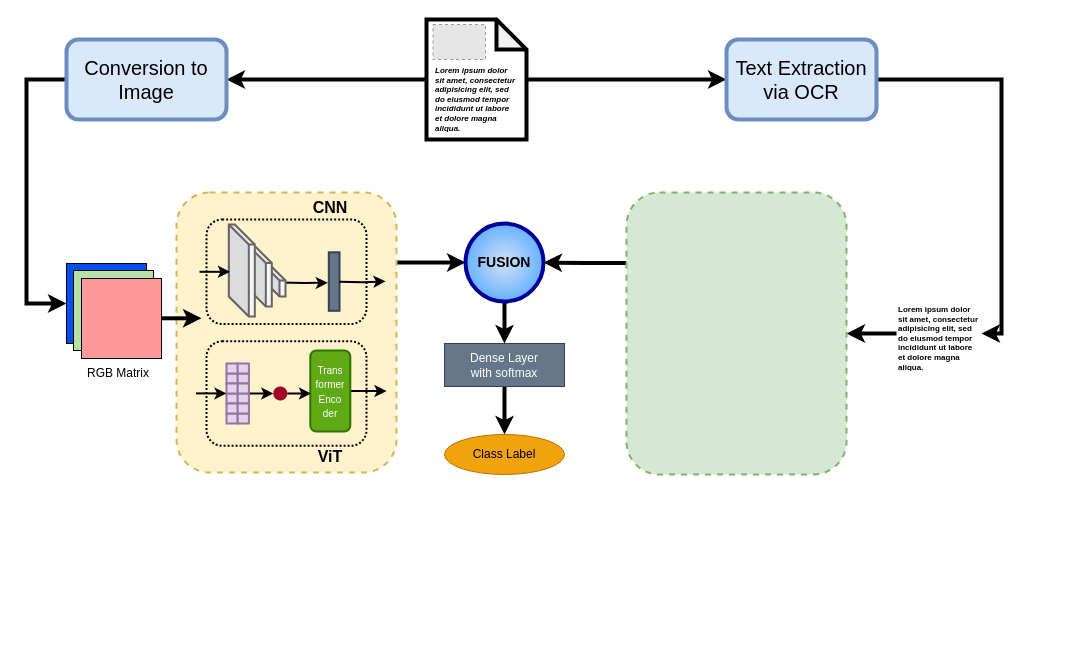
This is multimodal.drawio from viniciusrpb/drawio_flowcharts, a draw.io file, before an edit. Source tidied: cells renumbered, new cells numbered last; positions are measured from the earlier drawing's top-left corner, leaving out a move shared by most shapes. Both pictures are drawn from the tidied source at 100%, with x=0, y=0 at pixel (26, 19). Pictures stored in the file or linked from it are replaced by grey dashed boxes.
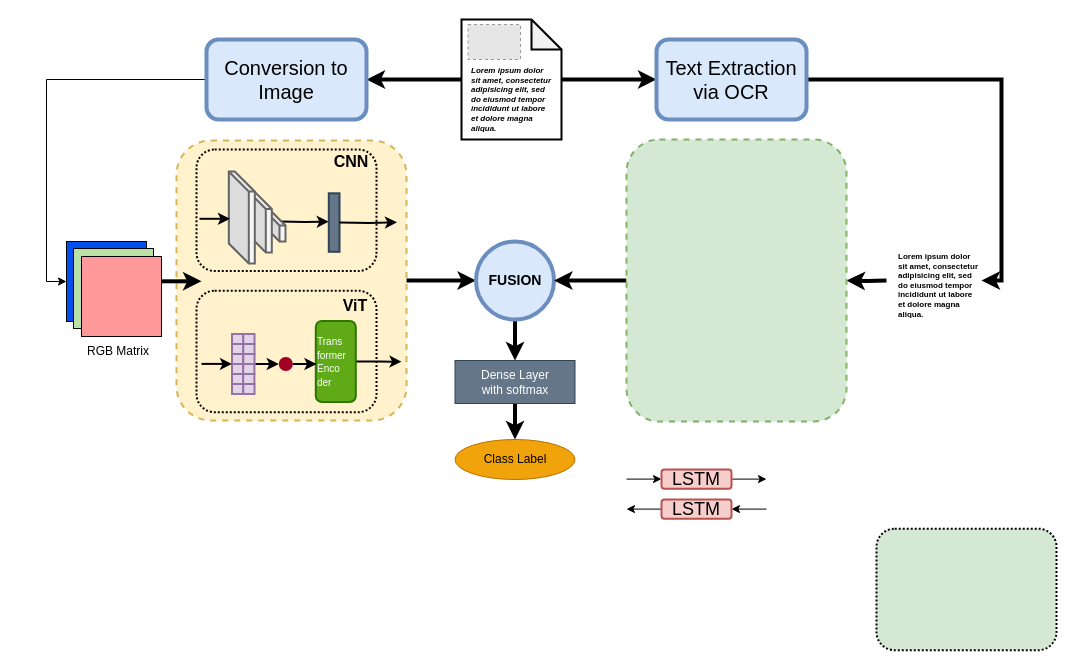
The same diagram, later.

Change to the diagram source:
```diff
@@
+    <mxCell id="3" style="rounded=1;whiteSpace=wrap;html=1;dashed=1;fillColor=#fff2cc;strokeColor=#d6b656;strokeWidth=2;" parent="1" vertex="1">
+      <mxGeometry x="150" y="121" width="230" height="280" as="geometry" />
+    </mxCell>
+    <mxCell id="56" style="rounded=1;whiteSpace=wrap;html=1;dashed=1;strokeWidth=2;fillColor=#FFF2CC;fontColor=#000000;strokeColor=default;dashPattern=1 1;" parent="1" vertex="1">
+      <mxGeometry x="170" y="271.2" width="180" height="121.5" as="geometry" />
+    </mxCell>
+    <mxCell id="57" style="rounded=1;whiteSpace=wrap;html=1;dashed=1;strokeWidth=2;fillColor=#d5e8d4;strokeColor=#000000;dashPattern=1 1;" parent="1" vertex="1">
+      <mxGeometry x="850" y="509.2" width="180" height="121.5" as="geometry" />
+    </mxCell>
-    <mxCell id="2" style="edgeStyle=orthogonalEdgeStyle;rounded=0;jettySize=auto;html=1;exitX=1;exitY=0.25;exitDx=0;exitDy=0;strokeWidth=4;" parent="1" edge="1" source="3" target="8">
+    <mxCell id="2" style="edgeStyle=orthogonalEdgeStyle;rounded=0;jettySize=auto;html=1;exitX=1;exitY=0.5;exitDx=0;exitDy=0;entryX=0;entryY=0.5;entryDx=0;entryDy=0;strokeWidth=4;" parent="1" edge="1" source="3" target="8">
       <mxGeometry relative="1" as="geometry" />
     </mxCell>
-    <mxCell id="3" style="rounded=1;whiteSpace=wrap;html=1;dashed=1;fillColor=#fff2cc;strokeColor=#d6b656;strokeWidth=2;" parent="1" vertex="1">
-      <mxGeometry x="150" y="173" width="220" height="280" as="geometry" />
-    </mxCell>
     <mxCell id="4" style="rounded=1;whiteSpace=wrap;html=1;dashed=1;strokeWidth=2;fillColor=#FFF2CC;fontColor=#000000;strokeColor=default;dashPattern=1 1;" parent="1" vertex="1">
-      <mxGeometry x="180" y="200" width="160" height="104.5" as="geometry" />
+      <mxGeometry x="170" y="130" width="180" height="121.5" as="geometry" />
     </mxCell>
-    <mxCell id="5" style="rounded=1;whiteSpace=wrap;html=1;dashed=1;strokeWidth=2;fillColor=#FFF2CC;dashPattern=1 1;" parent="1" vertex="1">
-      <mxGeometry x="180" y="321.8" width="160" height="104.5" as="geometry" />
-    </mxCell>
     <mxCell id="6" style="edgeStyle=orthogonalEdgeStyle;rounded=0;orthogonalLoop=1;jettySize=auto;html=1;exitX=0;exitY=0;exitDx=26.000000000000004;exitDy=32;exitPerimeter=0;entryX=0;entryY=0.5;entryDx=0;entryDy=0;strokeWidth=2;" parent="1" edge="1">
       <mxGeometry relative="1" as="geometry">
-        <mxPoint x="253" y="263" as="sourcePoint" />
-        <mxPoint x="301.3" y="263.3" as="targetPoint" />
+        <mxPoint x="254" y="202" as="sourcePoint" />
+        <mxPoint x="302.3" y="202.2" as="targetPoint" />
       </mxGeometry>
     </mxCell>
@@
-    <mxCell id="8" value="&lt;b&gt;&lt;font style=&quot;font-size: 14px;&quot;&gt;FUSION&lt;/font&gt;&lt;/b&gt;" style="ellipse;whiteSpace=wrap;html=1;gradientDirection=radial;fillColor=#D4E1F5;strokeColor=#000099;gradientColor=#66B2FF;strokeWidth=4;" parent="1" vertex="1">
-      <mxGeometry x="439" y="204" width="78" height="78" as="geometry" />
+    <mxCell id="8" value="&lt;b&gt;&lt;font style=&quot;font-size: 14px;&quot;&gt;FUSION&lt;/font&gt;&lt;/b&gt;" style="ellipse;whiteSpace=wrap;html=1;gradientDirection=north;fillColor=#dae8fc;strokeColor=#6c8ebf;strokeWidth=4;" parent="1" vertex="1">
+      <mxGeometry x="449.5" y="222" width="78" height="78" as="geometry" />
     </mxCell>
@@
-    <mxCell id="11" style="shape=note;whiteSpace=wrap;html=1;backgroundOutline=1;darkOpacity=0.05;strokeWidth=4;" parent="1" vertex="1">
-      <mxGeometry x="400" width="100" height="120" as="geometry" />
+    <mxCell id="11" style="shape=note;whiteSpace=wrap;html=1;backgroundOutline=1;darkOpacity=0.05;strokeWidth=2;" parent="1" vertex="1">
+      <mxGeometry x="435" width="100" height="120" as="geometry" />
     </mxCell>
-    <mxCell id="12" style="edgeStyle=orthogonalEdgeStyle;rounded=0;jettySize=auto;html=1;entryX=0;entryY=0.5;entryDx=0;entryDy=0;strokeWidth=4;" parent="1" edge="1" source="13" target="19">
-      <mxGeometry relative="1" as="geometry">
-        <Array as="points">
-          <mxPoint y="60" />
-          <mxPoint y="284" />
-        </Array>
-      </mxGeometry>
+    <mxCell id="12" style="edgeStyle=orthogonalEdgeStyle;rounded=0;jettySize=auto;html=1;exitX=0;exitY=0.5;exitDx=0;exitDy=0;entryX=0;entryY=0.5;entryDx=0;entryDy=0;" parent="1" edge="1" source="13" target="19">
+      <mxGeometry relative="1" as="geometry" />
     </mxCell>
     <mxCell id="13" value="Conversion to&lt;div&gt;Image&lt;/div&gt;" style="rounded=1;whiteSpace=wrap;html=1;fontSize=20;fillColor=#dae8fc;strokeColor=#6c8ebf;strokeWidth=4;" parent="1" vertex="1">
-      <mxGeometry x="40" y="20" width="160" height="80" as="geometry" />
+      <mxGeometry x="180" y="20" width="160" height="80" as="geometry" />
     </mxCell>
@@
     <mxCell id="15" value="Text Extraction&lt;div&gt;via OCR&lt;/div&gt;" style="rounded=1;whiteSpace=wrap;html=1;fontSize=20;fillColor=#dae8fc;strokeColor=#6c8ebf;strokeWidth=4;" parent="1" vertex="1">
-      <mxGeometry x="700" y="20" width="150" height="80" as="geometry" />
+      <mxGeometry x="630" y="20" width="150" height="80" as="geometry" />
     </mxCell>
     <mxCell id="16" value="&lt;h1 style=&quot;margin-top: 0px;&quot;&gt;&lt;span style=&quot;background-color: transparent; color: light-dark(rgb(0, 0, 0), rgb(255, 255, 255));&quot;&gt;Lorem ipsum dolor sit amet, consectetur adipisicing elit, sed do eiusmod tempor incididunt ut labore et dolore magna aliqua.&lt;/span&gt;&lt;/h1&gt;" style="text;html=1;whiteSpace=wrap;overflow=hidden;rounded=0;fontSize=4;strokeWidth=4;fontStyle=3;" parent="1" vertex="1">
-      <mxGeometry x="406.5" y="40" width="85" height="70" as="geometry" />
+      <mxGeometry x="442.5" y="40" width="85" height="70" as="geometry" />
     </mxCell>
     <mxCell id="17" style="fillColor=#E6E6E6;strokeColor=#999999;dashed=1;verticalLabelPosition=bottom;labelBackgroundColor=default;verticalAlign=top;" parent="1" vertex="1">
-      <mxGeometry x="406.5" y="5" width="52.5" height="35" as="geometry" />
+      <mxGeometry x="441.5" y="5" width="52.5" height="35" as="geometry" />
     </mxCell>
     <mxCell id="18" value="RGB Matrix" style="text;html=1;whiteSpace=wrap;strokeColor=none;fillColor=none;align=center;verticalAlign=middle;rounded=0;" parent="1" vertex="1">
-      <mxGeometry x="57" y="339" width="70" height="30" as="geometry" />
+      <mxGeometry x="57" y="317" width="70" height="30" as="geometry" />
     </mxCell>
     <mxCell id="19" style="whiteSpace=wrap;html=1;fillColor=#0050ef;strokeColor=#000000;fontColor=#ffffff;" parent="1" vertex="1">
-      <mxGeometry x="40" y="244" width="80" height="80" as="geometry" />
+      <mxGeometry x="40" y="222" width="80" height="80" as="geometry" />
     </mxCell>
     <mxCell id="20" style="whiteSpace=wrap;html=1;fillColor=#B9E0A5;strokeColor=#000000;fontColor=#ffffff;" parent="1" vertex="1">
-      <mxGeometry x="47" y="251" width="80" height="80" as="geometry" />
+      <mxGeometry x="47" y="229" width="80" height="80" as="geometry" />
     </mxCell>
     <mxCell id="21" style="whiteSpace=wrap;html=1;fillColor=#FF9999;fontColor=#ffffff;strokeColor=#000000;" parent="1" vertex="1">
-      <mxGeometry x="55" y="259" width="80" height="80" as="geometry" />
+      <mxGeometry x="55" y="237" width="80" height="80" as="geometry" />
     </mxCell>
-    <mxCell id="22" style="edgeStyle=orthogonalEdgeStyle;rounded=0;jettySize=auto;html=1;entryX=1;entryY=0.5;entryDx=0;entryDy=0;strokeWidth=4;" parent="1" edge="1" source="23" target="25">
-      <mxGeometry relative="1" as="geometry" />
+    <mxCell id="22" style="edgeStyle=orthogonalEdgeStyle;rounded=0;jettySize=auto;html=1;entryX=1;entryY=0.5;entryDx=0;entryDy=0;strokeWidth=4;" parent="1" edge="1" target="25">
+      <mxGeometry relative="1" as="geometry">
+        <mxPoint x="860" y="261" as="sourcePoint" />
+      </mxGeometry>
     </mxCell>
     <mxCell id="23" value="&lt;h1 style=&quot;margin-top: 0px;&quot;&gt;&lt;span style=&quot;background-color: transparent; color: light-dark(rgb(0, 0, 0), rgb(255, 255, 255));&quot;&gt;Lorem ipsum dolor sit amet, consectetur adipisicing elit, sed do eiusmod tempor incididunt ut labore et dolore magna aliqua.&lt;/span&gt;&lt;/h1&gt;" style="text;html=1;whiteSpace=wrap;overflow=hidden;rounded=0;fontSize=4;fontStyle=1;" parent="1" vertex="1">
-      <mxGeometry x="870" y="279" width="85" height="70" as="geometry" />
+      <mxGeometry x="870" y="226" width="85" height="70" as="geometry" />
     </mxCell>
-    <mxCell id="24" style="edgeStyle=orthogonalEdgeStyle;rounded=0;jettySize=auto;html=1;exitX=0;exitY=0.25;exitDx=0;exitDy=0;entryX=1;entryY=0.5;entryDx=0;entryDy=0;strokeWidth=4;" parent="1" edge="1" source="25" target="8">
+    <mxCell id="24" style="edgeStyle=orthogonalEdgeStyle;rounded=0;jettySize=auto;html=1;exitX=0;exitY=0.5;exitDx=0;exitDy=0;strokeWidth=4;" parent="1" edge="1" source="25" target="8">
       <mxGeometry relative="1" as="geometry" />
     </mxCell>
     <mxCell id="25" style="rounded=1;whiteSpace=wrap;html=1;dashed=1;fillColor=#d5e8d4;strokeColor=#82b366;strokeWidth=2;" parent="1" vertex="1">
-      <mxGeometry x="600" y="173" width="220" height="282" as="geometry" />
+      <mxGeometry x="600" y="120" width="220" height="282" as="geometry" />
     </mxCell>
     <mxCell id="26" style="shape=cube;whiteSpace=wrap;html=1;boundedLbl=1;backgroundOutline=1;darkOpacity=0.05;darkOpacity2=0.1;fillColor=#f5f5f5;fontColor=#333333;strokeColor=#666666;strokeWidth=2;" parent="1" vertex="1">
-      <mxGeometry x="233" y="241" width="26" height="36" as="geometry" />
+      <mxGeometry x="233" y="186" width="26" height="36" as="geometry" />
     </mxCell>
     <mxCell id="27" style="rounded=0;whiteSpace=wrap;html=1;fillColor=#647687;fontColor=#ffffff;strokeColor=#314354;strokeWidth=2;" parent="1" vertex="1">
-      <mxGeometry x="302.3" y="232.8" width="10.7" height="58.5" as="geometry" />
+      <mxGeometry x="302.3" y="173.8" width="10.7" height="58.5" as="geometry" />
     </mxCell>
     <mxCell id="28" style="shape=cube;whiteSpace=wrap;html=1;boundedLbl=1;backgroundOutline=1;darkOpacity=0.05;darkOpacity2=0.1;fillColor=#f5f5f5;fontColor=#333333;strokeColor=#666666;strokeWidth=2;" parent="1" vertex="1">
-      <mxGeometry x="219.3" y="223.5" width="26" height="63.5" as="geometry" />
+      <mxGeometry x="219.3" y="169.5" width="26" height="63.5" as="geometry" />
     </mxCell>
     <mxCell id="29" style="shape=cube;whiteSpace=wrap;html=1;boundedLbl=1;backgroundOutline=1;darkOpacity=0.05;darkOpacity2=0.1;fillColor=#f5f5f5;fontColor=#333333;strokeColor=#666666;strokeWidth=2;" parent="1" vertex="1">
-      <mxGeometry x="202.3" y="205" width="26" height="92" as="geometry" />
+      <mxGeometry x="202.3" y="152" width="26" height="92" as="geometry" />
     </mxCell>
     <mxCell id="30" style="rounded=0;whiteSpace=wrap;html=1;fillColor=#e1d5e7;strokeColor=#9673a6;strokeWidth=2;" parent="1" vertex="1">
-      <mxGeometry x="200" y="354" width="11.2" height="10" as="geometry" />
+      <mxGeometry x="205.5" y="324.5" width="11.2" height="10" as="geometry" />
     </mxCell>
     <mxCell id="31" style="rounded=0;whiteSpace=wrap;html=1;fillColor=#e1d5e7;strokeColor=#9673a6;strokeWidth=2;" parent="1" vertex="1">
-      <mxGeometry x="211.2" y="354" width="11.2" height="10" as="geometry" />
+      <mxGeometry x="216.8" y="324.5" width="11.2" height="10" as="geometry" />
     </mxCell>
     <mxCell id="32" style="rounded=0;whiteSpace=wrap;html=1;fillColor=#e1d5e7;strokeColor=#9673a6;strokeWidth=2;" parent="1" vertex="1">
-      <mxGeometry x="200" y="374" width="11.2" height="10" as="geometry" />
+      <mxGeometry x="205.5" y="344.5" width="11.2" height="10" as="geometry" />
     </mxCell>
@@
     <mxCell id="34" style="rounded=0;whiteSpace=wrap;html=1;fillColor=#e1d5e7;strokeColor=#9673a6;strokeWidth=2;" parent="1" vertex="1">
-      <mxGeometry x="211.2" y="374" width="11.2" height="10" as="geometry" />
+      <mxGeometry x="216.7" y="344.5" width="11.2" height="10" as="geometry" />
     </mxCell>
     <mxCell id="35" style="rounded=0;whiteSpace=wrap;html=1;fillColor=#e1d5e7;strokeColor=#9673a6;strokeWidth=2;" parent="1" vertex="1">
-      <mxGeometry x="200" y="394" width="11.2" height="10" as="geometry" />
+      <mxGeometry x="205.5" y="364.5" width="11.2" height="10" as="geometry" />
     </mxCell>
     <mxCell id="36" style="rounded=0;whiteSpace=wrap;html=1;fillColor=#e1d5e7;strokeColor=#9673a6;strokeWidth=2;" parent="1" vertex="1">
-      <mxGeometry x="211.2" y="394" width="11.2" height="10" as="geometry" />
+      <mxGeometry x="216.8" y="364.5" width="11.2" height="10" as="geometry" />
     </mxCell>
     <mxCell id="37" style="rounded=0;whiteSpace=wrap;html=1;fillColor=#e1d5e7;strokeColor=#9673a6;strokeWidth=2;" parent="1" vertex="1">
-      <mxGeometry x="200" y="364" width="11.2" height="10" as="geometry" />
+      <mxGeometry x="205.5" y="334.5" width="11.2" height="10" as="geometry" />
     </mxCell>
     <mxCell id="38" style="rounded=0;whiteSpace=wrap;html=1;fillColor=#e1d5e7;strokeColor=#9673a6;strokeWidth=2;" parent="1" vertex="1">
-      <mxGeometry x="211.2" y="364" width="11.2" height="10" as="geometry" />
+      <mxGeometry x="216.8" y="334.5" width="11.2" height="10" as="geometry" />
     </mxCell>
     <mxCell id="39" style="rounded=0;whiteSpace=wrap;html=1;fillColor=#e1d5e7;strokeColor=#9673a6;strokeWidth=2;" parent="1" vertex="1">
-      <mxGeometry x="200" y="384" width="11.2" height="10" as="geometry" />
+      <mxGeometry x="205.5" y="354.5" width="11.2" height="10" as="geometry" />
     </mxCell>
     <mxCell id="40" style="rounded=0;whiteSpace=wrap;html=1;fillColor=#e1d5e7;strokeColor=#9673a6;strokeWidth=2;" parent="1" vertex="1">
-      <mxGeometry x="211.2" y="384" width="11.2" height="10" as="geometry" />
+      <mxGeometry x="216.7" y="354.5" width="11.2" height="10" as="geometry" />
     </mxCell>
     <mxCell id="41" style="edgeStyle=orthogonalEdgeStyle;rounded=0;jettySize=auto;html=1;exitX=1;exitY=0.5;exitDx=0;exitDy=0;strokeWidth=2;" parent="1" edge="1" source="42">
       <mxGeometry relative="1" as="geometry">
-        <mxPoint x="360" y="371.6" as="targetPoint" />
+        <mxPoint x="375" y="342.2" as="targetPoint" />
       </mxGeometry>
     </mxCell>
-    <mxCell id="42" value="&lt;div&gt;&lt;font style=&quot;font-size: 10px;&quot;&gt;Trans&lt;/font&gt;&lt;/div&gt;&lt;div&gt;&lt;font style=&quot;font-size: 10px;&quot;&gt;former&lt;/font&gt;&lt;/div&gt;&lt;font style=&quot;font-size: 10px;&quot;&gt;Enco&lt;/font&gt;&lt;div&gt;&lt;font style=&quot;font-size: 10px;&quot;&gt;der&lt;/font&gt;&lt;/div&gt;" style="rounded=1;whiteSpace=wrap;html=1;strokeWidth=2;fillColor=#60a917;fontColor=#ffffff;strokeColor=#2D7600;" parent="1" vertex="1">
-      <mxGeometry x="283.8" y="331" width="40" height="81" as="geometry" />
+    <mxCell id="42" value="&lt;div style=&quot;&quot;&gt;&lt;font style=&quot;font-size: 10px;&quot;&gt;Trans&lt;/font&gt;&lt;/div&gt;&lt;div style=&quot;&quot;&gt;&lt;font style=&quot;font-size: 10px;&quot;&gt;former&lt;/font&gt;&lt;/div&gt;&lt;font style=&quot;font-size: 10px;&quot;&gt;&lt;div style=&quot;&quot;&gt;&lt;span style=&quot;background-color: transparent; color: light-dark(rgb(255, 255, 255), rgb(18, 18, 18));&quot;&gt;Enco&lt;/span&gt;&lt;/div&gt;&lt;/font&gt;&lt;div style=&quot;&quot;&gt;&lt;font style=&quot;font-size: 10px;&quot;&gt;der&lt;/font&gt;&lt;/div&gt;" style="rounded=1;whiteSpace=wrap;html=1;strokeWidth=2;fillColor=#60a917;fontColor=#ffffff;strokeColor=#2D7600;align=left;" parent="1" vertex="1">
+      <mxGeometry x="289.3" y="301.5" width="40" height="81" as="geometry" />
     </mxCell>
     <mxCell id="43" style="rounded=0;whiteSpace=wrap;html=1;fillColor=#e1d5e7;strokeColor=#9673a6;strokeWidth=2;" parent="1" vertex="1">
-      <mxGeometry x="200" y="344" width="11.2" height="10" as="geometry" />
+      <mxGeometry x="205.5" y="314.5" width="11.2" height="10" as="geometry" />
     </mxCell>
     <mxCell id="44" style="rounded=0;whiteSpace=wrap;html=1;fillColor=#e1d5e7;strokeColor=#9673a6;strokeWidth=2;" parent="1" vertex="1">
-      <mxGeometry x="211.2" y="344" width="11.2" height="10" as="geometry" />
+      <mxGeometry x="216.8" y="314.5" width="11.2" height="10" as="geometry" />
     </mxCell>
@@
     <mxCell id="46" value="&lt;span style=&quot;color: rgb(255, 255, 255);&quot;&gt;Dense&amp;nbsp;&lt;/span&gt;&lt;span style=&quot;color: light-dark(rgb(255, 255, 255), rgb(18, 18, 18)); background-color: transparent;&quot;&gt;Layer&lt;/span&gt;&lt;div style=&quot;color: rgb(255, 255, 255);&quot;&gt;&lt;span style=&quot;background-color: transparent; color: light-dark(rgb(255, 255, 255), rgb(18, 18, 18));&quot;&gt;with softmax&lt;/span&gt;&lt;/div&gt;" style="rounded=0;whiteSpace=wrap;html=1;fillColor=#647687;fontColor=#ffffff;strokeColor=#314354;" parent="1" vertex="1">
-      <mxGeometry x="418" y="324" width="120" height="43" as="geometry" />
+      <mxGeometry x="428.5" y="341" width="120" height="43" as="geometry" />
     </mxCell>
     <mxCell id="47" value="Class Label" style="ellipse;whiteSpace=wrap;html=1;fillColor=#f0a30a;fontColor=#000000;strokeColor=#BD7000;" parent="1" vertex="1">
-      <mxGeometry x="418" y="415" width="120" height="40" as="geometry" />
+      <mxGeometry x="428.5" y="420" width="120" height="40" as="geometry" />
     </mxCell>
     <mxCell id="48" style="ellipse;whiteSpace=wrap;html=1;fillColor=#a20025;strokeColor=#6F0000;fontColor=#ffffff;strokeWidth=0;" parent="1" vertex="1">
-      <mxGeometry x="246.8" y="367" width="14" height="14" as="geometry" />
+      <mxGeometry x="252.3" y="337.5" width="14" height="14" as="geometry" />
     </mxCell>
@@
     <mxCell id="50" style="edgeStyle=orthogonalEdgeStyle;rounded=0;orthogonalLoop=1;jettySize=auto;html=1;entryX=0;entryY=0.457;entryDx=0;entryDy=0;entryPerimeter=0;strokeWidth=2;" parent="1" edge="1">
       <mxGeometry relative="1" as="geometry">
-        <mxPoint x="169.5" y="373.9" as="sourcePoint" />
-        <mxPoint x="200" y="373.7" as="targetPoint" />
+        <mxPoint x="175" y="344.4" as="sourcePoint" />
+        <mxPoint x="205.5" y="344.2" as="targetPoint" />
       </mxGeometry>
     </mxCell>
     <mxCell id="51" style="edgeStyle=orthogonalEdgeStyle;rounded=0;orthogonalLoop=1;jettySize=auto;html=1;exitX=1;exitY=0.5;exitDx=0;exitDy=0;strokeWidth=2;" parent="1" edge="1">
       <mxGeometry relative="1" as="geometry">
-        <mxPoint x="313" y="262.2" as="sourcePoint" />
-        <mxPoint x="359" y="261.8" as="targetPoint" />
+        <mxPoint x="313" y="202.9" as="sourcePoint" />
+        <mxPoint x="370.5" y="202.7" as="targetPoint" />
       </mxGeometry>
     </mxCell>
     <mxCell id="52" style="edgeStyle=orthogonalEdgeStyle;rounded=0;orthogonalLoop=1;jettySize=auto;html=1;entryX=0;entryY=0.457;entryDx=0;entryDy=0;entryPerimeter=0;strokeWidth=2;" parent="1" edge="1">
       <mxGeometry relative="1" as="geometry">
-        <mxPoint x="173" y="252.3" as="sourcePoint" />
-        <mxPoint x="203.5" y="252" as="targetPoint" />
+        <mxPoint x="173" y="199.3" as="sourcePoint" />
+        <mxPoint x="203.5" y="199" as="targetPoint" />
       </mxGeometry>
     </mxCell>
     <mxCell id="53" value="CNN" style="text;html=1;whiteSpace=wrap;strokeColor=none;fillColor=none;align=center;verticalAlign=middle;rounded=0;fontSize=16;fontStyle=1;" parent="1" vertex="1">
-      <mxGeometry x="273.8" y="173" width="60" height="30" as="geometry" />
+      <mxGeometry x="295" y="127" width="60" height="30" as="geometry" />
     </mxCell>
     <mxCell id="54" value="ViT" style="text;html=1;whiteSpace=wrap;strokeColor=none;fillColor=none;align=center;verticalAlign=middle;rounded=0;fontSize=16;fontStyle=1;" parent="1" vertex="1">
-      <mxGeometry x="273.8" y="422" width="60" height="30" as="geometry" />
+      <mxGeometry x="298.5" y="271.2" width="60" height="30" as="geometry" />
     </mxCell>
     <mxCell id="55" style="endArrow=classic;html=1;rounded=0;strokeWidth=4;" parent="1" edge="1">
       <mxGeometry relative="1" as="geometry">
-        <mxPoint x="135" y="298.8" as="sourcePoint" />
-        <mxPoint x="175" y="298.8" as="targetPoint" />
+        <mxPoint x="135" y="261.8" as="sourcePoint" />
+        <mxPoint x="175" y="261.8" as="targetPoint" />
       </mxGeometry>
     </mxCell>
+    <mxCell id="58" style="edgeStyle=orthogonalEdgeStyle;rounded=0;jettySize=auto;html=1;exitX=0;exitY=0.5;exitDx=0;exitDy=0;" parent="1" edge="1" source="60">
+      <mxGeometry relative="1" as="geometry">
+        <mxPoint x="600" y="489.3" as="targetPoint" />
+      </mxGeometry>
+    </mxCell>
+    <mxCell id="59" style="edgeStyle=orthogonalEdgeStyle;rounded=0;jettySize=auto;html=1;exitX=1;exitY=0.5;exitDx=0;exitDy=0;startArrow=classic;startFill=1;endArrow=none;endFill=0;" parent="1" edge="1" source="60">
+      <mxGeometry relative="1" as="geometry">
+        <mxPoint x="740" y="489.3" as="targetPoint" />
+      </mxGeometry>
+    </mxCell>
+    <mxCell id="60" value="&lt;font style=&quot;font-size: 18px;&quot;&gt;LSTM&lt;/font&gt;" style="rounded=1;whiteSpace=wrap;html=1;fillColor=#f8cecc;strokeColor=#b85450;strokeWidth=2;" parent="1" vertex="1">
+      <mxGeometry x="635" y="480" width="70" height="19.2" as="geometry" />
+    </mxCell>
+    <mxCell id="61" style="edgeStyle=orthogonalEdgeStyle;rounded=0;jettySize=auto;html=1;exitX=0;exitY=0.5;exitDx=0;exitDy=0;endArrow=none;endFill=0;startArrow=classic;startFill=1;" parent="1" edge="1" source="63">
+      <mxGeometry relative="1" as="geometry">
+        <mxPoint x="600" y="459.9" as="targetPoint" />
+      </mxGeometry>
+    </mxCell>
+    <mxCell id="62" style="edgeStyle=orthogonalEdgeStyle;rounded=0;jettySize=auto;html=1;exitX=1;exitY=0.5;exitDx=0;exitDy=0;" parent="1" edge="1" source="63">
+      <mxGeometry relative="1" as="geometry">
+        <mxPoint x="740" y="460" as="targetPoint" />
+      </mxGeometry>
+    </mxCell>
+    <mxCell id="63" value="&lt;font style=&quot;font-size: 18px;&quot;&gt;LSTM&lt;/font&gt;" style="rounded=1;whiteSpace=wrap;html=1;fillColor=#f8cecc;strokeColor=#b85450;strokeWidth=2;" parent="1" vertex="1">
+      <mxGeometry x="635" y="450" width="70" height="19.2" as="geometry" />
+    </mxCell>
```
